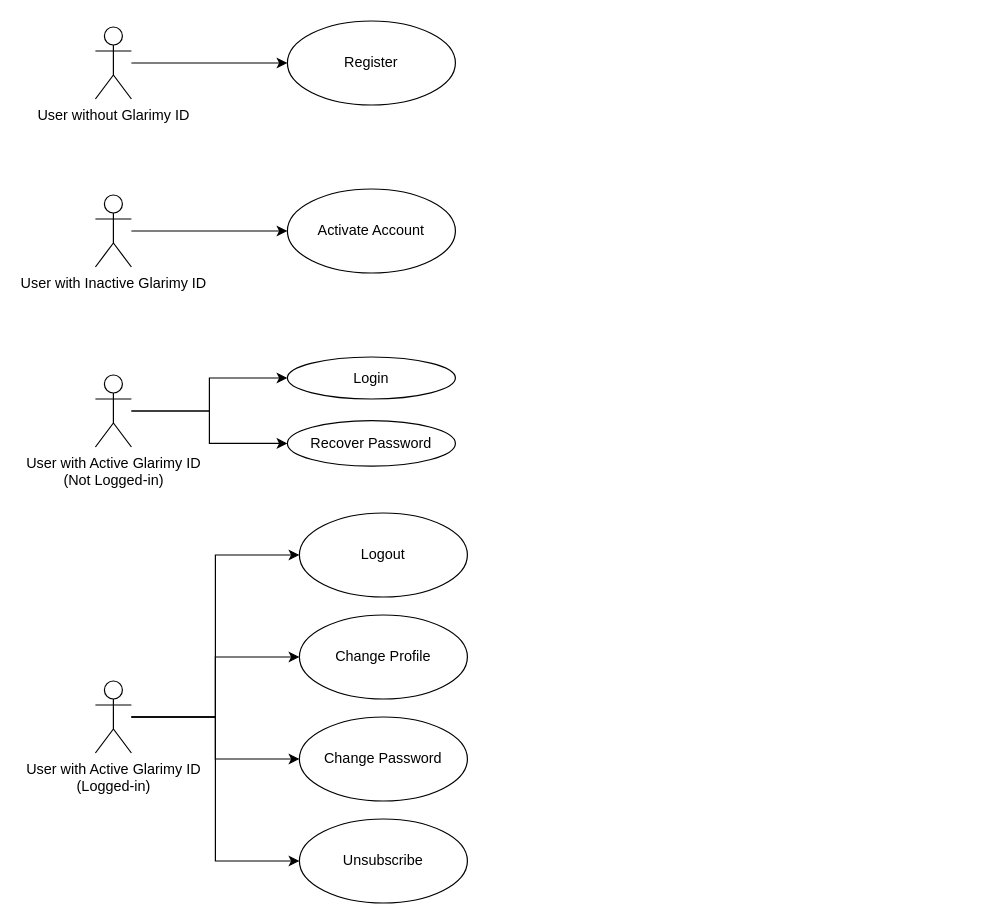
This is Untitled Diagram.drawio from glarimy/temp, a draw.io file, before an edit. Source tidied: cells renumbered, new cells numbered last; positions are measured from the earlier drawing's top-left corner, leaving out a move shared by most shapes. Both pictures are drawn from the tidied source at 120%, with x=0, y=0 at pixel (95, 20).
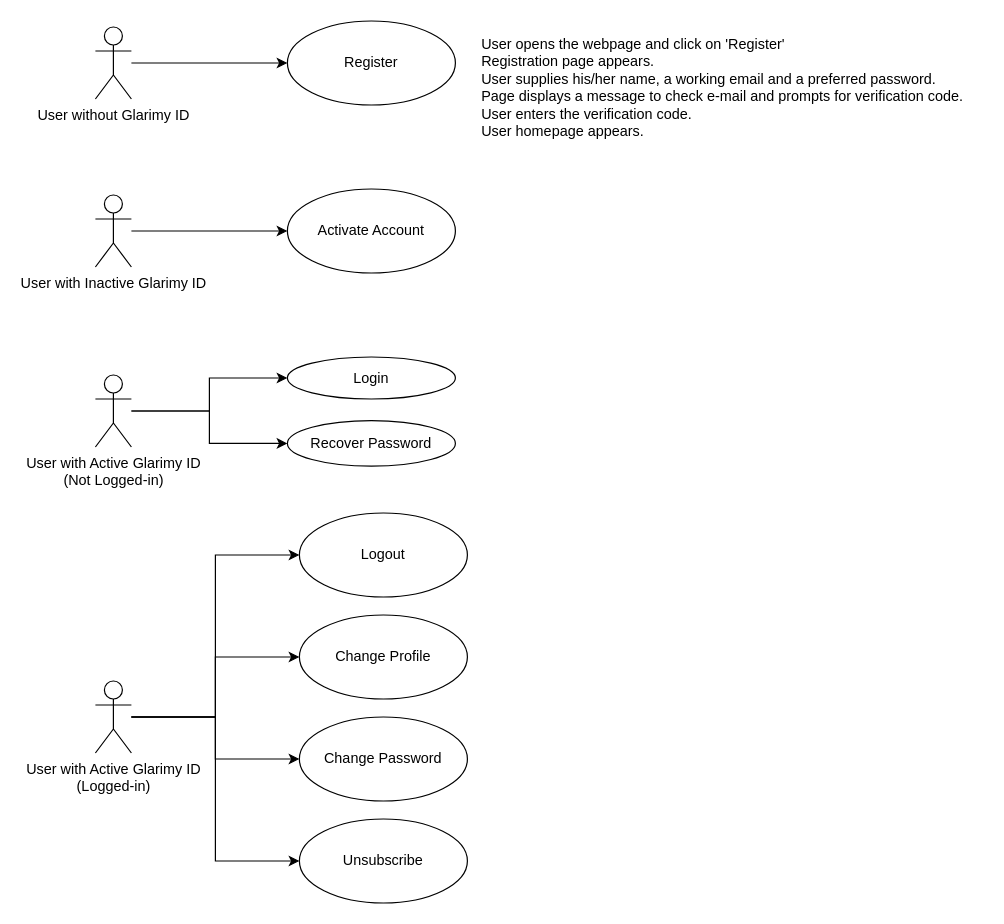
The same diagram, later.

Diff of the diagram source:
```diff
@@
+    <mxCell id="22" value="&lt;div&gt;User opens the webpage and click on 'Register'&lt;/div&gt;&lt;div&gt;Registration page appears.&lt;br&gt;&lt;/div&gt;&lt;div&gt;User supplies his/her name, a working email and a preferred password.&lt;/div&gt;&lt;div&gt;Page displays a message to check e-mail and prompts for verification code.&lt;/div&gt;&lt;div&gt;User enters the verification code.&lt;/div&gt;&lt;div&gt;User homepage appears.&lt;br&gt;&lt;/div&gt;" style="text;html=1;align=left;verticalAlign=top;spacingTop=-4;" parent="1" vertex="1">
+      <mxGeometry x="320" y="10" width="420" height="90" as="geometry" />
+    </mxCell>
```
